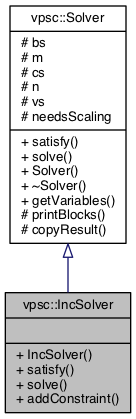
Above: documentation/classvpsc_1_1IncSolver__coll__graph.png in mjwybrow/adaptagrams (Graphviz), before the change. Its source is kept beside it as documentation/classvpsc_1_1IncSolver__coll__graph.dot. Source of this version:
```dot
digraph "vpsc::IncSolver"
{
  edge [fontname="Helvetica",fontsize="10",labelfontname="Helvetica",labelfontsize="10"];
  node [fontname="Helvetica",fontsize="10",shape=record];
  Node1 [label="{vpsc::IncSolver\n||+ IncSolver()\l+ satisfy()\l+ solve()\l+ addConstraint()\l}",height=0.2,width=0.4,color="black", fillcolor="grey75", style="filled", fontcolor="black"];
  Node2 -> Node1 [dir="back",color="midnightblue",fontsize="10",style="solid",arrowtail="onormal",fontname="Helvetica"];
  Node2 [label="{vpsc::Solver\n|# bs\l# m\l# cs\l# n\l# vs\l# needsScaling\l|+ satisfy()\l+ solve()\l+ Solver()\l+ ~Solver()\l+ getVariables()\l# printBlocks()\l# copyResult()\l}",height=0.2,width=0.4,color="black", fillcolor="white", style="filled",URL="$classvpsc_1_1Solver.html",tooltip="Static solver for Variable Placement with Separation Constraints problem instance. "];
}
```
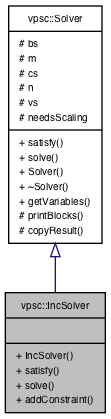
The same file after the commit.

Diff of the diagram source:
```diff
@@ -2,7 +2,7 @@
 {
   edge [fontname="Helvetica",fontsize="10",labelfontname="Helvetica",labelfontsize="10"];
   node [fontname="Helvetica",fontsize="10",shape=record];
-  Node1 [label="{vpsc::IncSolver\n||+ IncSolver()\l+ satisfy()\l+ solve()\l+ addConstraint()\l}",height=0.2,width=0.4,color="black", fillcolor="grey75", style="filled", fontcolor="black"];
-  Node2 -> Node1 [dir="back",color="midnightblue",fontsize="10",style="solid",arrowtail="onormal",fontname="Helvetica"];
-  Node2 [label="{vpsc::Solver\n|# bs\l# m\l# cs\l# n\l# vs\l# needsScaling\l|+ satisfy()\l+ solve()\l+ Solver()\l+ ~Solver()\l+ getVariables()\l# printBlocks()\l# copyResult()\l}",height=0.2,width=0.4,color="black", fillcolor="white", style="filled",URL="$classvpsc_1_1Solver.html",tooltip="Static solver for Variable Placement with Separation Constraints problem instance. "];
+  Node2 [label="{vpsc::IncSolver\n||+ IncSolver()\l+ satisfy()\l+ solve()\l+ addConstraint()\l}",height=0.2,width=0.4,color="black", fillcolor="grey75", style="filled", fontcolor="black"];
+  Node3 -> Node2 [dir="back",color="midnightblue",fontsize="10",style="solid",arrowtail="onormal",fontname="Helvetica"];
+  Node3 [label="{vpsc::Solver\n|# bs\l# m\l# cs\l# n\l# vs\l# needsScaling\l|+ satisfy()\l+ solve()\l+ Solver()\l+ ~Solver()\l+ getVariables()\l# printBlocks()\l# copyResult()\l}",height=0.2,width=0.4,color="black", fillcolor="white", style="filled",URL="$classvpsc_1_1Solver.html",tooltip="Static solver for Variable Placement with Separation Constraints problem instance. "];
 }
```
